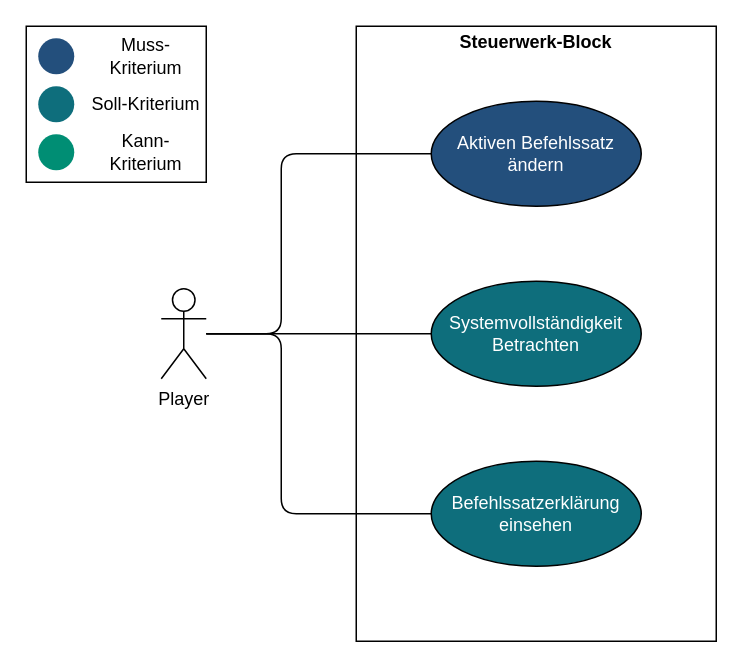
Before: Steuerwerk.block.drawio in LundiNord/RISCJ-Diagramms, a draw.io diagram. Source tidied: cells renumbered, new cells numbered last; positions are measured from the earlier drawing's top-left corner, leaving out a move shared by most shapes. Both pictures are drawn from the tidied source at 150%, with x=0, y=0 at pixel (26, 26).
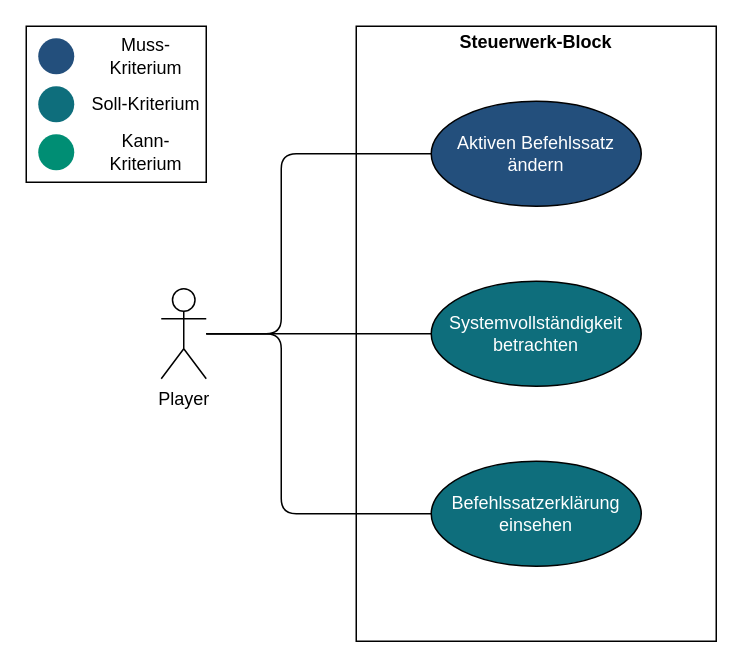
The same page after the edit.

The edit, as a diff of the source:
```diff
@@
-    <mxCell id="8" value="Systemvollständigkeit&lt;br&gt;Betrachten" style="ellipse;whiteSpace=wrap;html=1;fillColor=#0E6E7C;fontColor=#FFFFFF;" parent="1" vertex="1">
+    <mxCell id="8" value="Systemvollständigkeit&lt;br&gt;betrachten" style="ellipse;whiteSpace=wrap;html=1;fillColor=#0E6E7C;fontColor=#FFFFFF;" parent="1" vertex="1">
       <mxGeometry x="270" y="170" width="140" height="70" as="geometry" />
     </mxCell>
```
